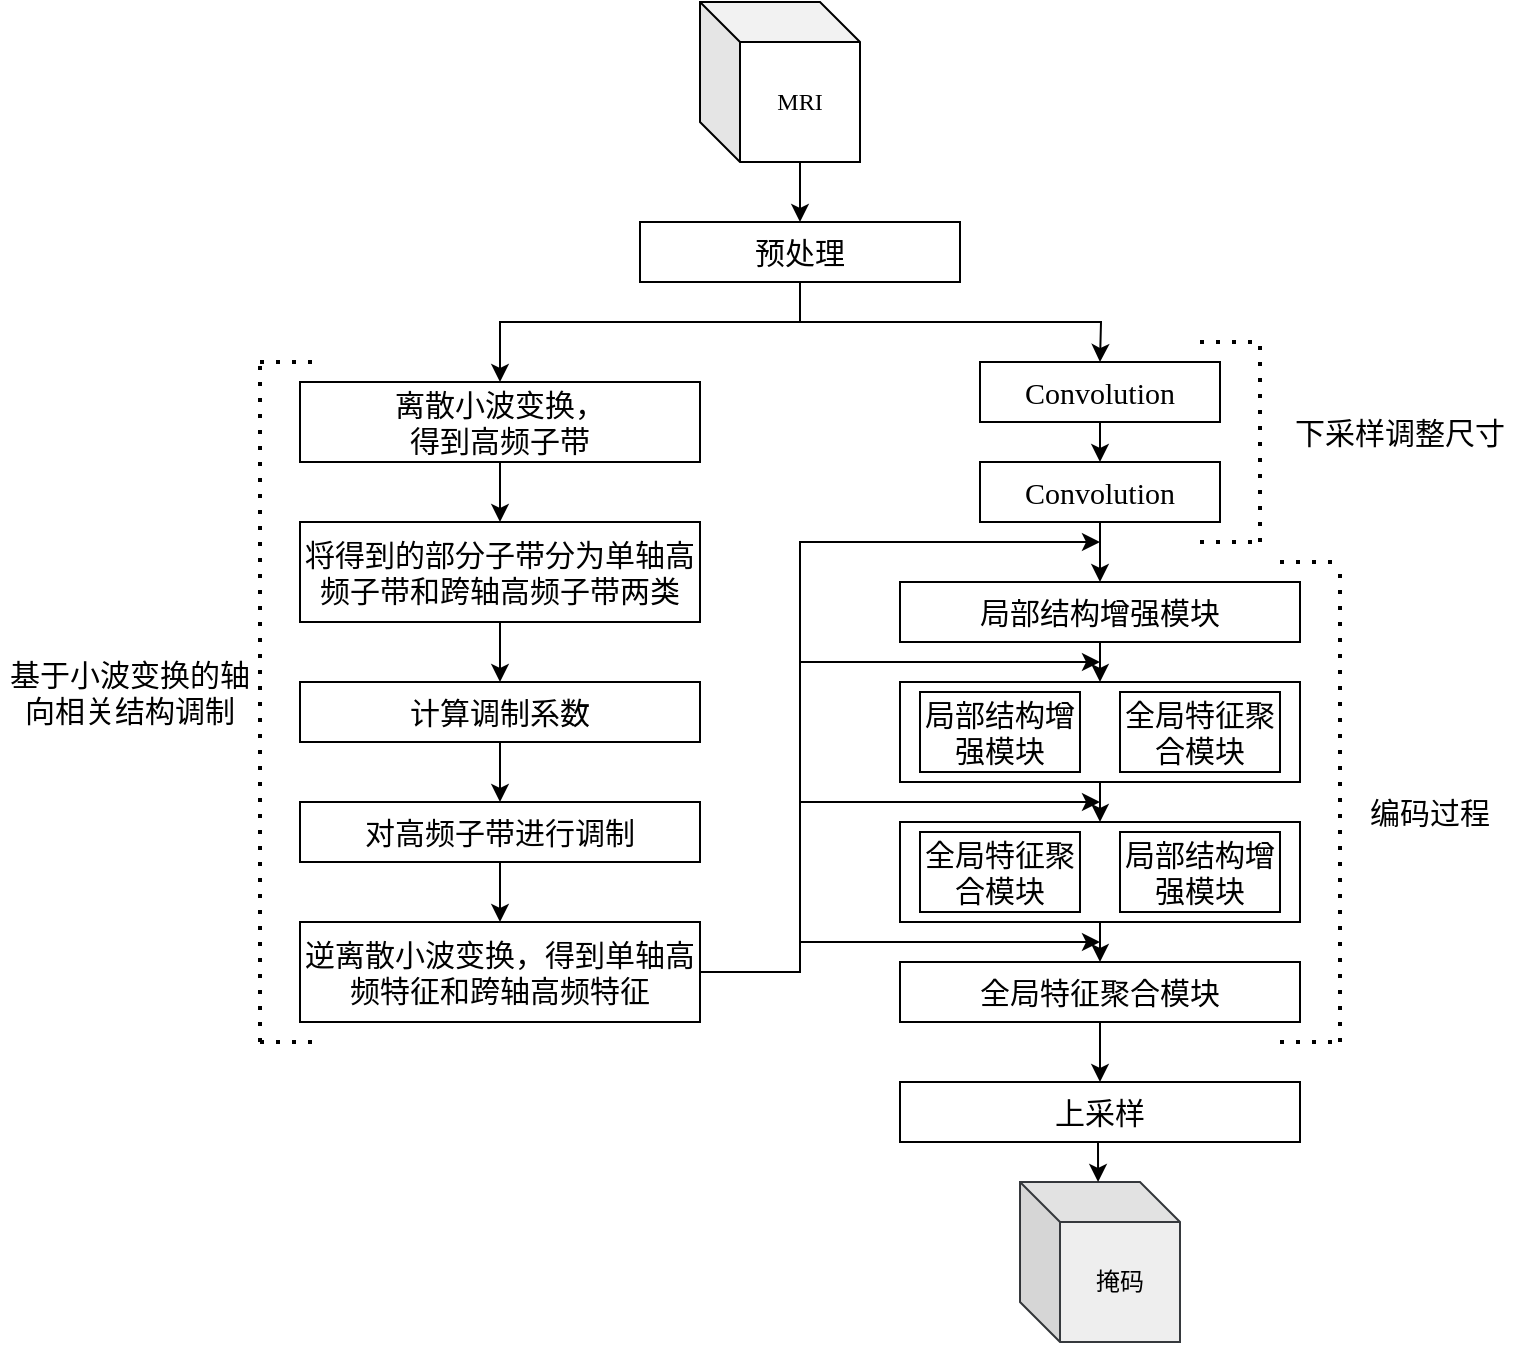
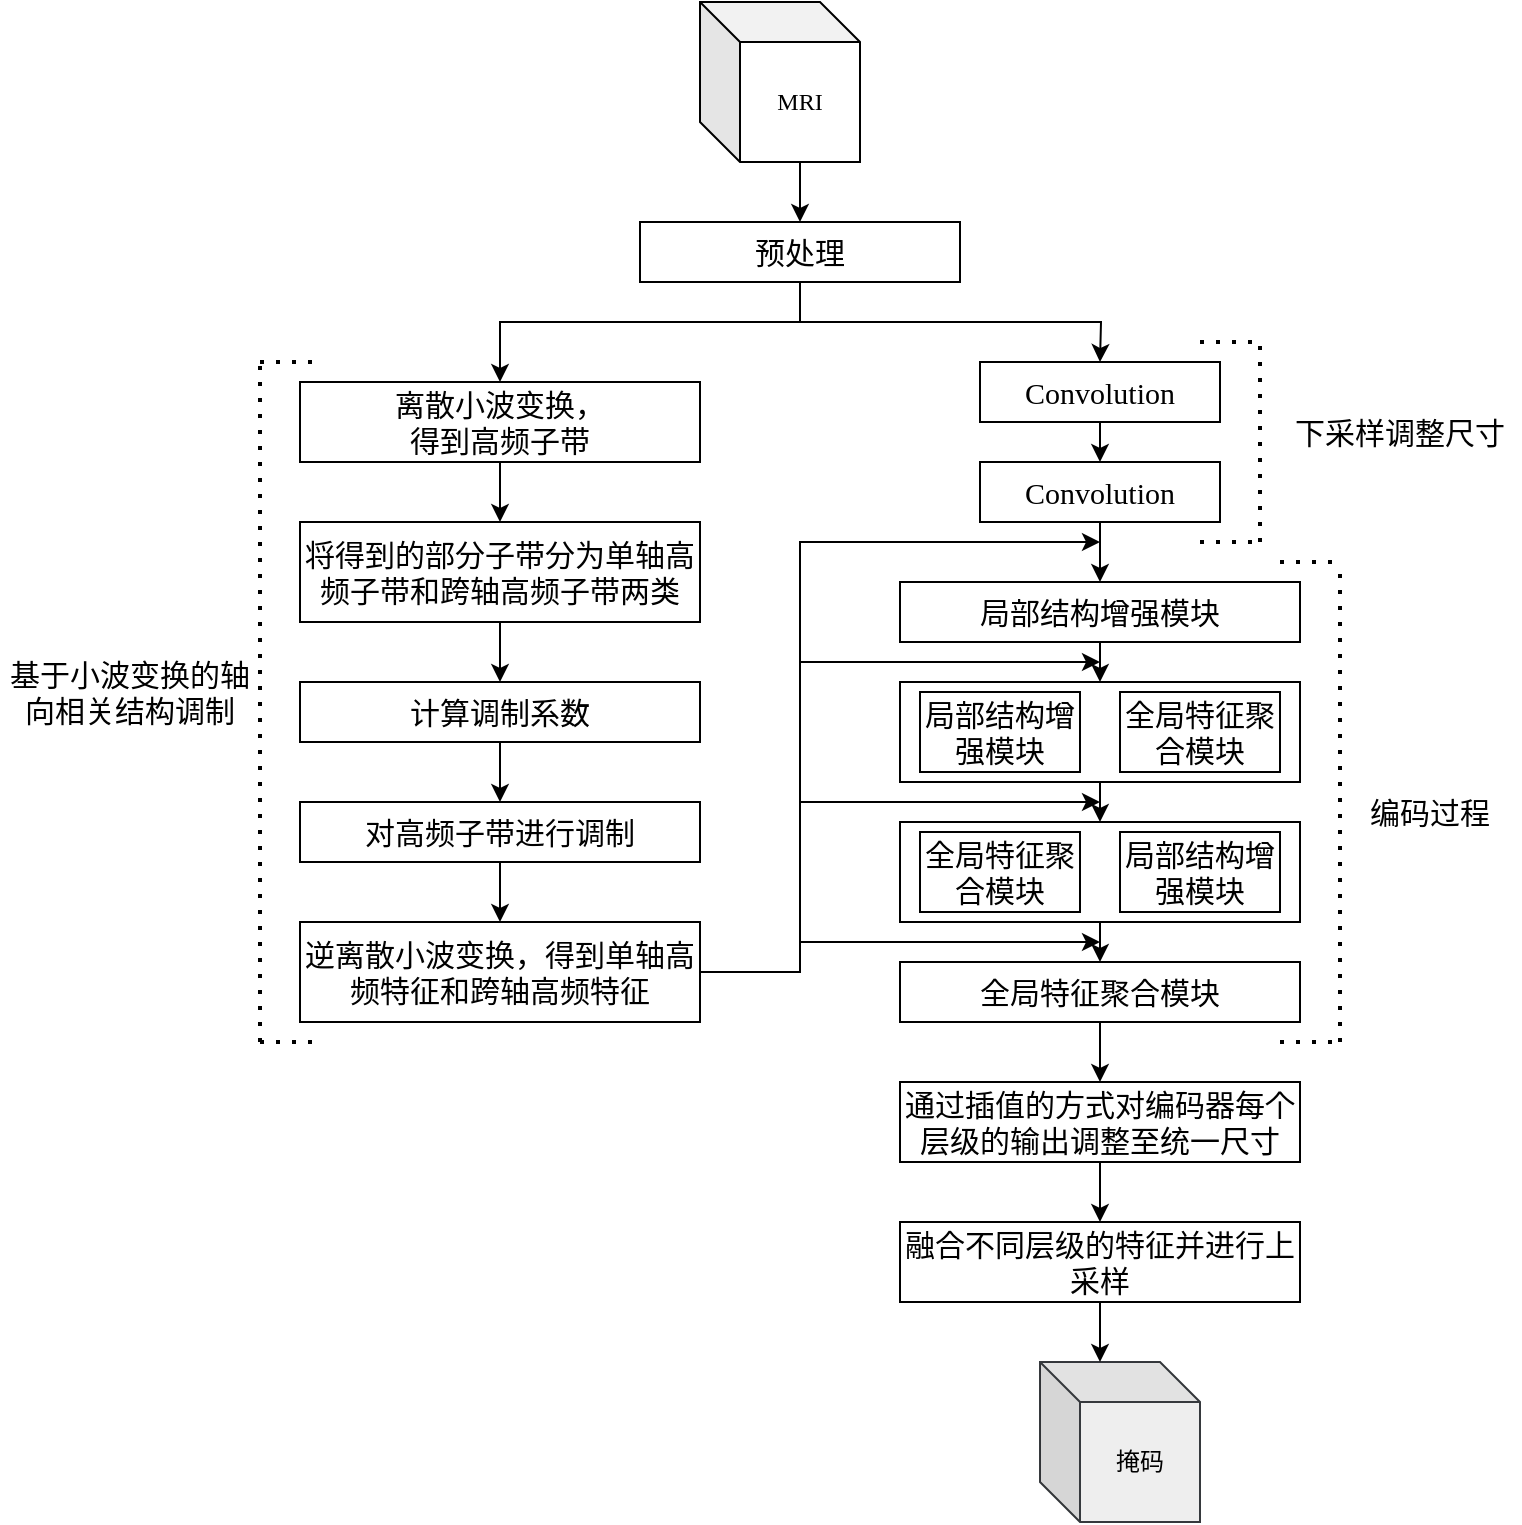
<mxfile host="app.diagrams.net">
  <diagram name="第 1 页" id="5Iq7FNl4cahkRyelhEuZ">
    <mxGraphModel dx="1406" dy="754" grid="1" gridSize="10" guides="1" tooltips="1" connect="1" arrows="1" fold="1" page="1" pageScale="1" pageWidth="827" pageHeight="1169" math="0" shadow="0">
      <root>
        <mxCell id="0" />
        <mxCell id="1" parent="0" />
        <mxCell id="zwdBU7YMSMu1EzGOEkfI-1" edge="1" parent="1" source="zwdBU7YMSMu1EzGOEkfI-3" style="edgeStyle=orthogonalEdgeStyle;rounded=0;orthogonalLoop=1;jettySize=auto;html=1;exitX=0.5;exitY=1;exitDx=0;exitDy=0;entryX=0.5;entryY=0;entryDx=0;entryDy=0;fontFamily=Times New Roman;" target="1ujZz8C-JaTFy7bkJe4T-16">
          <mxGeometry relative="1" as="geometry">
            <Array as="points">
              <mxPoint x="410" y="180" />
              <mxPoint x="260" y="180" />
            </Array>
            <mxPoint x="260" y="200" as="targetPoint" />
          </mxGeometry>
        </mxCell>
        <mxCell id="zwdBU7YMSMu1EzGOEkfI-2" edge="1" parent="1" source="zwdBU7YMSMu1EzGOEkfI-3" style="edgeStyle=orthogonalEdgeStyle;rounded=0;orthogonalLoop=1;jettySize=auto;html=1;exitX=0.5;exitY=1;exitDx=0;exitDy=0;fontFamily=Times New Roman;">
          <mxGeometry relative="1" as="geometry">
            <mxPoint x="560" y="200" as="targetPoint" />
          </mxGeometry>
        </mxCell>
        <mxCell id="zwdBU7YMSMu1EzGOEkfI-3" parent="1" style="rounded=0;whiteSpace=wrap;html=1;fontFamily=Times New Roman;" value="&lt;font style=&quot;font-size: 15px;&quot;&gt;预处理&lt;/font&gt;" vertex="1">
          <mxGeometry height="30" width="160" x="330" y="130" as="geometry" />
        </mxCell>
        <mxCell id="zwdBU7YMSMu1EzGOEkfI-4" parent="1" style="shape=cube;whiteSpace=wrap;html=1;boundedLbl=1;backgroundOutline=1;darkOpacity=0.05;darkOpacity2=0.1;fontFamily=Times New Roman;" value="MRI" vertex="1">
          <mxGeometry height="80" width="80" x="360" y="20" as="geometry" />
        </mxCell>
        <mxCell id="zwdBU7YMSMu1EzGOEkfI-5" edge="1" parent="1" source="zwdBU7YMSMu1EzGOEkfI-4" style="endArrow=classic;html=1;rounded=0;exitX=0;exitY=0;exitDx=50;exitDy=80;exitPerimeter=0;entryX=0.5;entryY=0;entryDx=0;entryDy=0;fontFamily=Times New Roman;" target="zwdBU7YMSMu1EzGOEkfI-3" value="">
          <mxGeometry height="50" relative="1" width="50" as="geometry">
            <Array as="points" />
            <mxPoint x="470" y="450" as="sourcePoint" />
            <mxPoint x="470" y="470" as="targetPoint" />
          </mxGeometry>
        </mxCell>
        <mxCell id="1ujZz8C-JaTFy7bkJe4T-23" edge="1" parent="1" source="zwdBU7YMSMu1EzGOEkfI-6" style="edgeStyle=orthogonalEdgeStyle;rounded=0;orthogonalLoop=1;jettySize=auto;html=1;exitX=0.5;exitY=1;exitDx=0;exitDy=0;entryX=0.5;entryY=0;entryDx=0;entryDy=0;" target="zwdBU7YMSMu1EzGOEkfI-13">
          <mxGeometry relative="1" as="geometry" />
        </mxCell>
        <mxCell id="zwdBU7YMSMu1EzGOEkfI-6" parent="1" style="rounded=0;whiteSpace=wrap;html=1;fontFamily=Times New Roman;" value="&lt;font style=&quot;font-size: 15px;&quot;&gt;Convolution&lt;/font&gt;" vertex="1">
          <mxGeometry height="30" width="120" x="500" y="250" as="geometry" />
        </mxCell>
        <mxCell id="zwdBU7YMSMu1EzGOEkfI-8" edge="1" parent="1" source="zwdBU7YMSMu1EzGOEkfI-7" style="edgeStyle=orthogonalEdgeStyle;rounded=0;orthogonalLoop=1;jettySize=auto;html=1;exitX=0.5;exitY=1;exitDx=0;exitDy=0;entryX=0.5;entryY=0;entryDx=0;entryDy=0;fontFamily=Times New Roman;" target="zwdBU7YMSMu1EzGOEkfI-6">
          <mxGeometry relative="1" as="geometry">
            <Array as="points">
              <mxPoint x="560" y="240" />
              <mxPoint x="560" y="240" />
            </Array>
          </mxGeometry>
        </mxCell>
        <mxCell id="zwdBU7YMSMu1EzGOEkfI-7" parent="1" style="rounded=0;whiteSpace=wrap;html=1;fontFamily=Times New Roman;" value="&lt;font style=&quot;font-size: 15px;&quot;&gt;Convolution&lt;/font&gt;" vertex="1">
          <mxGeometry height="30" width="120" x="500" y="200" as="geometry" />
        </mxCell>
        <mxCell id="zwdBU7YMSMu1EzGOEkfI-9" edge="1" parent="1" style="endArrow=none;dashed=1;html=1;dashPattern=1 3;strokeWidth=2;rounded=0;fontFamily=Times New Roman;" value="">
          <mxGeometry height="50" relative="1" width="50" as="geometry">
            <mxPoint x="610" y="190" as="sourcePoint" />
            <mxPoint x="640" y="190" as="targetPoint" />
          </mxGeometry>
        </mxCell>
        <mxCell id="zwdBU7YMSMu1EzGOEkfI-10" edge="1" parent="1" style="endArrow=none;dashed=1;html=1;dashPattern=1 3;strokeWidth=2;rounded=0;fontFamily=Times New Roman;" value="">
          <mxGeometry height="50" relative="1" width="50" as="geometry">
            <mxPoint x="640" y="290" as="sourcePoint" />
            <mxPoint x="640" y="190" as="targetPoint" />
          </mxGeometry>
        </mxCell>
        <mxCell id="zwdBU7YMSMu1EzGOEkfI-11" edge="1" parent="1" style="endArrow=none;dashed=1;html=1;dashPattern=1 3;strokeWidth=2;rounded=0;fontFamily=Times New Roman;" value="">
          <mxGeometry height="50" relative="1" width="50" as="geometry">
            <mxPoint x="610" y="290" as="sourcePoint" />
            <mxPoint x="640" y="290" as="targetPoint" />
          </mxGeometry>
        </mxCell>
        <mxCell id="1ujZz8C-JaTFy7bkJe4T-10" edge="1" parent="1" source="zwdBU7YMSMu1EzGOEkfI-13" style="edgeStyle=orthogonalEdgeStyle;rounded=0;orthogonalLoop=1;jettySize=auto;html=1;exitX=0.5;exitY=1;exitDx=0;exitDy=0;entryX=0.5;entryY=0;entryDx=0;entryDy=0;fontFamily=Times New Roman;" target="1ujZz8C-JaTFy7bkJe4T-4">
          <mxGeometry relative="1" as="geometry" />
        </mxCell>
        <mxCell id="zwdBU7YMSMu1EzGOEkfI-13" parent="1" style="rounded=0;whiteSpace=wrap;html=1;fontFamily=Times New Roman;" value="&lt;span style=&quot;font-size: 15px;&quot;&gt;局部&lt;/span&gt;&lt;font style=&quot;font-size: 15px;&quot;&gt;结构增强&lt;/font&gt;&lt;span style=&quot;font-size: 15px;&quot;&gt;模块&lt;/span&gt;" vertex="1">
          <mxGeometry height="30" width="200" x="460" y="310" as="geometry" />
        </mxCell>
        <mxCell id="1ujZz8C-JaTFy7bkJe4T-14" edge="1" parent="1" source="1ujZz8C-JaTFy7bkJe4T-3" style="edgeStyle=orthogonalEdgeStyle;rounded=0;orthogonalLoop=1;jettySize=auto;html=1;exitX=0.5;exitY=1;exitDx=0;exitDy=0;fontFamily=Times New Roman;">
          <mxGeometry relative="1" as="geometry">
            <mxPoint x="560" y="560" as="targetPoint" />
          </mxGeometry>
        </mxCell>
        <mxCell id="1ujZz8C-JaTFy7bkJe4T-3" parent="1" style="rounded=0;whiteSpace=wrap;html=1;fontFamily=Times New Roman;" value="&lt;span style=&quot;font-size: 15px;&quot;&gt;全局特征聚合模块&lt;/span&gt;" vertex="1">
          <mxGeometry height="30" width="200" x="460" y="500" as="geometry" />
        </mxCell>
        <mxCell id="1ujZz8C-JaTFy7bkJe4T-6" connectable="0" parent="1" style="group;fontFamily=Times New Roman;" value="" vertex="1">
          <mxGeometry height="50" width="200" x="460" y="360" as="geometry" />
        </mxCell>
        <mxCell id="1ujZz8C-JaTFy7bkJe4T-4" parent="1ujZz8C-JaTFy7bkJe4T-6" style="rounded=0;whiteSpace=wrap;html=1;fontFamily=Times New Roman;" value="" vertex="1">
          <mxGeometry height="50" width="200" as="geometry" />
        </mxCell>
        <mxCell id="zwdBU7YMSMu1EzGOEkfI-14" parent="1ujZz8C-JaTFy7bkJe4T-6" style="rounded=0;whiteSpace=wrap;html=1;fontFamily=Times New Roman;" value="&lt;span style=&quot;font-size: 15px;&quot;&gt;局部&lt;/span&gt;&lt;font style=&quot;font-size: 15px;&quot;&gt;结构增强&lt;/font&gt;&lt;span style=&quot;font-size: 15px;&quot;&gt;模块&lt;/span&gt;" vertex="1">
          <mxGeometry height="40" width="80" x="10" y="5" as="geometry" />
        </mxCell>
        <mxCell id="zwdBU7YMSMu1EzGOEkfI-15" parent="1ujZz8C-JaTFy7bkJe4T-6" style="rounded=0;whiteSpace=wrap;html=1;fontFamily=Times New Roman;" value="&lt;span style=&quot;font-size: 15px;&quot;&gt;全局特征聚合模块&lt;/span&gt;" vertex="1">
          <mxGeometry height="40" width="80" x="110" y="5" as="geometry" />
        </mxCell>
        <mxCell id="1ujZz8C-JaTFy7bkJe4T-7" connectable="0" parent="1" style="group;fontFamily=Times New Roman;" value="" vertex="1">
          <mxGeometry height="50" width="200" x="460" y="430" as="geometry" />
        </mxCell>
        <mxCell id="1ujZz8C-JaTFy7bkJe4T-5" parent="1ujZz8C-JaTFy7bkJe4T-7" style="rounded=0;whiteSpace=wrap;html=1;fontFamily=Times New Roman;" value="" vertex="1">
          <mxGeometry height="50" width="200" as="geometry" />
        </mxCell>
        <mxCell id="1ujZz8C-JaTFy7bkJe4T-1" parent="1ujZz8C-JaTFy7bkJe4T-7" style="rounded=0;whiteSpace=wrap;html=1;fontFamily=Times New Roman;" value="&lt;span style=&quot;font-size: 15px;&quot;&gt;全局特征聚合模块&lt;/span&gt;" vertex="1">
          <mxGeometry height="40" width="80" x="10" y="5" as="geometry" />
        </mxCell>
        <mxCell id="1ujZz8C-JaTFy7bkJe4T-2" parent="1ujZz8C-JaTFy7bkJe4T-7" style="rounded=0;whiteSpace=wrap;html=1;fontFamily=Times New Roman;" value="&lt;span style=&quot;font-size: 15px;&quot;&gt;局部&lt;/span&gt;&lt;font style=&quot;font-size: 15px;&quot;&gt;结构增强&lt;/font&gt;&lt;span style=&quot;font-size: 15px;&quot;&gt;模块&lt;/span&gt;" vertex="1">
          <mxGeometry height="40" width="80" x="110" y="5" as="geometry" />
        </mxCell>
        <mxCell id="1ujZz8C-JaTFy7bkJe4T-11" edge="1" parent="1" source="1ujZz8C-JaTFy7bkJe4T-4" style="edgeStyle=orthogonalEdgeStyle;rounded=0;orthogonalLoop=1;jettySize=auto;html=1;exitX=0.5;exitY=1;exitDx=0;exitDy=0;entryX=0.5;entryY=0;entryDx=0;entryDy=0;fontFamily=Times New Roman;" target="1ujZz8C-JaTFy7bkJe4T-5">
          <mxGeometry relative="1" as="geometry" />
        </mxCell>
        <mxCell id="1ujZz8C-JaTFy7bkJe4T-13" edge="1" parent="1" source="1ujZz8C-JaTFy7bkJe4T-5" style="edgeStyle=orthogonalEdgeStyle;rounded=0;orthogonalLoop=1;jettySize=auto;html=1;exitX=0.5;exitY=1;exitDx=0;exitDy=0;entryX=0.5;entryY=0;entryDx=0;entryDy=0;fontFamily=Times New Roman;" target="1ujZz8C-JaTFy7bkJe4T-3">
          <mxGeometry relative="1" as="geometry" />
        </mxCell>
-         <mxCell id="1ujZz8C-JaTFy7bkJe4T-15" parent="1" style="rounded=0;whiteSpace=wrap;html=1;fontFamily=Times New Roman;" value="&lt;font style=&quot;font-size: 15px;&quot;&gt;上采样&lt;/font&gt;" vertex="1">
-           <mxGeometry height="30" width="200" x="460" y="560" as="geometry" />
+         <mxCell id="1ujZz8C-JaTFy7bkJe4T-48" edge="1" parent="1" source="1ujZz8C-JaTFy7bkJe4T-15" style="edgeStyle=orthogonalEdgeStyle;rounded=0;orthogonalLoop=1;jettySize=auto;html=1;exitX=0.5;exitY=1;exitDx=0;exitDy=0;entryX=0.5;entryY=0;entryDx=0;entryDy=0;" target="1ujZz8C-JaTFy7bkJe4T-47">
+           <mxGeometry relative="1" as="geometry" />
+         </mxCell>
+         <mxCell id="1ujZz8C-JaTFy7bkJe4T-15" parent="1" style="rounded=0;whiteSpace=wrap;html=1;fontFamily=Times New Roman;" value="&lt;font style=&quot;font-size: 15px;&quot;&gt;通过插值的方式对编码器每个层级的输出调整至统一尺寸&lt;/font&gt;" vertex="1">
+           <mxGeometry height="40" width="200" x="460" y="560" as="geometry" />
        </mxCell>
        <mxCell id="1ujZz8C-JaTFy7bkJe4T-42" edge="1" parent="1" source="1ujZz8C-JaTFy7bkJe4T-16" style="edgeStyle=orthogonalEdgeStyle;rounded=0;orthogonalLoop=1;jettySize=auto;html=1;exitX=0.5;exitY=1;exitDx=0;exitDy=0;entryX=0.5;entryY=0;entryDx=0;entryDy=0;" target="1ujZz8C-JaTFy7bkJe4T-26">
          <mxGeometry relative="1" as="geometry" />
        </mxCell>
        <mxCell id="1ujZz8C-JaTFy7bkJe4T-16" parent="1" style="rounded=0;whiteSpace=wrap;html=1;fontFamily=Times New Roman;" value="&lt;span style=&quot;font-size: 15px;&quot;&gt;离散小波变换，&lt;/span&gt;&lt;div&gt;&lt;span style=&quot;font-size: 15px;&quot;&gt;得到高频子带&lt;/span&gt;&lt;/div&gt;" vertex="1">
          <mxGeometry height="40" width="200" x="160" y="210" as="geometry" />
        </mxCell>
        <mxCell id="1ujZz8C-JaTFy7bkJe4T-17" edge="1" parent="1" style="endArrow=none;dashed=1;html=1;dashPattern=1 3;strokeWidth=2;rounded=0;fontFamily=Times New Roman;" value="">
          <mxGeometry height="50" relative="1" width="50" as="geometry">
            <mxPoint x="650" y="300" as="sourcePoint" />
            <mxPoint x="680" y="300" as="targetPoint" />
          </mxGeometry>
        </mxCell>
        <mxCell id="1ujZz8C-JaTFy7bkJe4T-18" edge="1" parent="1" style="endArrow=none;dashed=1;html=1;dashPattern=1 3;strokeWidth=2;rounded=0;fontFamily=Times New Roman;" value="">
          <mxGeometry height="50" relative="1" width="50" as="geometry">
            <mxPoint x="680" y="540" as="sourcePoint" />
            <mxPoint x="680" y="300" as="targetPoint" />
          </mxGeometry>
        </mxCell>
        <mxCell id="1ujZz8C-JaTFy7bkJe4T-19" edge="1" parent="1" style="endArrow=none;dashed=1;html=1;dashPattern=1 3;strokeWidth=2;rounded=0;fontFamily=Times New Roman;" value="">
          <mxGeometry height="50" relative="1" width="50" as="geometry">
            <mxPoint x="650" y="540" as="sourcePoint" />
            <mxPoint x="680" y="540" as="targetPoint" />
          </mxGeometry>
        </mxCell>
        <mxCell id="1ujZz8C-JaTFy7bkJe4T-20" parent="1" style="text;html=1;whiteSpace=wrap;strokeColor=none;fillColor=none;align=center;verticalAlign=middle;rounded=0;" value="&lt;font style=&quot;font-size: 15px;&quot;&gt;编码过程&lt;/font&gt;" vertex="1">
          <mxGeometry height="30" width="70" x="690" y="410" as="geometry" />
        </mxCell>
        <mxCell id="1ujZz8C-JaTFy7bkJe4T-34" edge="1" parent="1" source="1ujZz8C-JaTFy7bkJe4T-21" style="edgeStyle=orthogonalEdgeStyle;rounded=0;orthogonalLoop=1;jettySize=auto;html=1;exitX=1;exitY=0.5;exitDx=0;exitDy=0;">
          <mxGeometry relative="1" as="geometry">
            <Array as="points">
              <mxPoint x="410" y="505" />
              <mxPoint x="410" y="490" />
            </Array>
            <mxPoint x="560" y="490" as="targetPoint" />
          </mxGeometry>
        </mxCell>
        <mxCell id="1ujZz8C-JaTFy7bkJe4T-35" edge="1" parent="1" source="1ujZz8C-JaTFy7bkJe4T-21" style="edgeStyle=orthogonalEdgeStyle;rounded=0;orthogonalLoop=1;jettySize=auto;html=1;exitX=1;exitY=0.5;exitDx=0;exitDy=0;">
          <mxGeometry relative="1" as="geometry">
            <Array as="points">
              <mxPoint x="410" y="505" />
              <mxPoint x="410" y="420" />
            </Array>
            <mxPoint x="560" y="420" as="targetPoint" />
          </mxGeometry>
        </mxCell>
        <mxCell id="1ujZz8C-JaTFy7bkJe4T-36" edge="1" parent="1" source="1ujZz8C-JaTFy7bkJe4T-21" style="edgeStyle=orthogonalEdgeStyle;rounded=0;orthogonalLoop=1;jettySize=auto;html=1;exitX=1;exitY=0.5;exitDx=0;exitDy=0;">
          <mxGeometry relative="1" as="geometry">
            <Array as="points">
              <mxPoint x="410" y="505" />
              <mxPoint x="410" y="350" />
            </Array>
            <mxPoint x="560" y="350" as="targetPoint" />
          </mxGeometry>
        </mxCell>
        <mxCell id="1ujZz8C-JaTFy7bkJe4T-37" edge="1" parent="1" source="1ujZz8C-JaTFy7bkJe4T-21" style="edgeStyle=orthogonalEdgeStyle;rounded=0;orthogonalLoop=1;jettySize=auto;html=1;exitX=1;exitY=0.5;exitDx=0;exitDy=0;">
          <mxGeometry relative="1" as="geometry">
            <Array as="points">
              <mxPoint x="410" y="505" />
              <mxPoint x="410" y="290" />
            </Array>
            <mxPoint x="560" y="290" as="targetPoint" />
          </mxGeometry>
        </mxCell>
        <mxCell id="1ujZz8C-JaTFy7bkJe4T-21" parent="1" style="rounded=0;whiteSpace=wrap;html=1;fontFamily=Times New Roman;" value="&lt;span style=&quot;font-size: 15px;&quot;&gt;逆离散小波变换，得到单轴高频特征和跨轴高频特征&lt;/span&gt;" vertex="1">
          <mxGeometry height="50" width="200" x="160" y="480" as="geometry" />
        </mxCell>
        <mxCell id="1ujZz8C-JaTFy7bkJe4T-24" parent="1" style="shape=cube;whiteSpace=wrap;html=1;boundedLbl=1;backgroundOutline=1;darkOpacity=0.05;darkOpacity2=0.1;fontFamily=Times New Roman;fillColor=#eeeeee;strokeColor=#36393d;" value="掩码" vertex="1">
-           <mxGeometry height="80" width="80" x="520" y="610" as="geometry" />
-         </mxCell>
-         <mxCell id="1ujZz8C-JaTFy7bkJe4T-25" edge="1" parent="1" source="1ujZz8C-JaTFy7bkJe4T-15" style="edgeStyle=orthogonalEdgeStyle;rounded=0;orthogonalLoop=1;jettySize=auto;html=1;exitX=0.5;exitY=1;exitDx=0;exitDy=0;entryX=0.488;entryY=0;entryDx=0;entryDy=0;entryPerimeter=0;" target="1ujZz8C-JaTFy7bkJe4T-24">
-           <mxGeometry relative="1" as="geometry" />
+           <mxGeometry height="80" width="80" x="530" y="700" as="geometry" />
        </mxCell>
        <mxCell id="1ujZz8C-JaTFy7bkJe4T-43" edge="1" parent="1" source="1ujZz8C-JaTFy7bkJe4T-26" style="edgeStyle=orthogonalEdgeStyle;rounded=0;orthogonalLoop=1;jettySize=auto;html=1;exitX=0.5;exitY=1;exitDx=0;exitDy=0;entryX=0.5;entryY=0;entryDx=0;entryDy=0;" target="1ujZz8C-JaTFy7bkJe4T-30">
          <mxGeometry relative="1" as="geometry" />
        </mxCell>
        <mxCell id="1ujZz8C-JaTFy7bkJe4T-26" parent="1" style="rounded=0;whiteSpace=wrap;html=1;fontFamily=Times New Roman;" value="&lt;span style=&quot;color: rgb(0, 0, 0); font-family: &amp;quot;Times New Roman&amp;quot;; font-size: 15px; font-style: normal; font-variant-ligatures: normal; font-variant-caps: normal; font-weight: 400; letter-spacing: normal; orphans: 2; text-align: center; text-indent: 0px; text-transform: none; widows: 2; word-spacing: 0px; -webkit-text-stroke-width: 0px; white-space: normal; text-decoration-thickness: initial; text-decoration-style: initial; text-decoration-color: initial; float: none; background-color: light-dark(#ffffff, var(--ge-dark-color, #121212)); display: inline !important;&quot;&gt;将得到的部分子带分为单轴高频子带和跨轴高频子带两类&lt;/span&gt;" vertex="1">
          <mxGeometry height="50" width="200" x="160" y="280" as="geometry" />
        </mxCell>
        <mxCell id="1ujZz8C-JaTFy7bkJe4T-27" edge="1" parent="1" style="endArrow=none;dashed=1;html=1;dashPattern=1 3;strokeWidth=2;rounded=0;fontFamily=Times New Roman;" value="">
          <mxGeometry height="50" relative="1" width="50" as="geometry">
            <mxPoint x="140" y="540" as="sourcePoint" />
            <mxPoint x="140" y="200" as="targetPoint" />
          </mxGeometry>
        </mxCell>
        <mxCell id="1ujZz8C-JaTFy7bkJe4T-28" edge="1" parent="1" style="endArrow=none;dashed=1;html=1;dashPattern=1 3;strokeWidth=2;rounded=0;fontFamily=Times New Roman;" value="">
          <mxGeometry height="50" relative="1" width="50" as="geometry">
            <mxPoint x="140" y="200" as="sourcePoint" />
            <mxPoint x="170" y="200" as="targetPoint" />
          </mxGeometry>
        </mxCell>
        <mxCell id="1ujZz8C-JaTFy7bkJe4T-29" edge="1" parent="1" style="endArrow=none;dashed=1;html=1;dashPattern=1 3;strokeWidth=2;rounded=0;fontFamily=Times New Roman;" value="">
          <mxGeometry height="50" relative="1" width="50" as="geometry">
            <mxPoint x="140" y="540" as="sourcePoint" />
            <mxPoint x="170" y="540" as="targetPoint" />
          </mxGeometry>
        </mxCell>
        <mxCell id="1ujZz8C-JaTFy7bkJe4T-44" edge="1" parent="1" source="1ujZz8C-JaTFy7bkJe4T-30" style="edgeStyle=orthogonalEdgeStyle;rounded=0;orthogonalLoop=1;jettySize=auto;html=1;exitX=0.5;exitY=1;exitDx=0;exitDy=0;entryX=0.5;entryY=0;entryDx=0;entryDy=0;" target="1ujZz8C-JaTFy7bkJe4T-39">
          <mxGeometry relative="1" as="geometry" />
        </mxCell>
        <mxCell id="1ujZz8C-JaTFy7bkJe4T-30" parent="1" style="rounded=0;whiteSpace=wrap;html=1;fontFamily=Times New Roman;" value="&lt;span style=&quot;font-size: 15px;&quot;&gt;计算调制系数&lt;/span&gt;" vertex="1">
          <mxGeometry height="30" width="200" x="160" y="360" as="geometry" />
        </mxCell>
        <mxCell id="1ujZz8C-JaTFy7bkJe4T-41" edge="1" parent="1" source="1ujZz8C-JaTFy7bkJe4T-39" style="edgeStyle=orthogonalEdgeStyle;rounded=0;orthogonalLoop=1;jettySize=auto;html=1;exitX=0.5;exitY=1;exitDx=0;exitDy=0;" target="1ujZz8C-JaTFy7bkJe4T-21">
          <mxGeometry relative="1" as="geometry" />
        </mxCell>
        <mxCell id="1ujZz8C-JaTFy7bkJe4T-39" parent="1" style="rounded=0;whiteSpace=wrap;html=1;fontFamily=Times New Roman;" value="&lt;font style=&quot;font-size: 15px;&quot;&gt;对高频子带进行调制&lt;/font&gt;" vertex="1">
          <mxGeometry height="30" width="200" x="160" y="420" as="geometry" />
        </mxCell>
        <mxCell id="1ujZz8C-JaTFy7bkJe4T-45" parent="1" style="text;html=1;whiteSpace=wrap;strokeColor=none;fillColor=none;align=center;verticalAlign=middle;rounded=0;" value="&lt;span style=&quot;font-size: 15px;&quot;&gt;下采样调整尺寸&lt;/span&gt;" vertex="1">
          <mxGeometry height="30" width="120" x="650" y="220" as="geometry" />
        </mxCell>
        <mxCell id="1ujZz8C-JaTFy7bkJe4T-46" parent="1" style="text;html=1;whiteSpace=wrap;strokeColor=none;fillColor=none;align=center;verticalAlign=middle;rounded=0;" value="&lt;font face=&quot;Times New Roman&quot; style=&quot;font-size: 15px;&quot;&gt;基于小波变换的轴向相关结构调制&lt;/font&gt;" vertex="1">
          <mxGeometry height="30" width="130" x="10" y="350" as="geometry" />
+         </mxCell>
+         <mxCell id="1ujZz8C-JaTFy7bkJe4T-47" parent="1" style="rounded=0;whiteSpace=wrap;html=1;fontFamily=Times New Roman;" value="&lt;font style=&quot;font-size: 15px;&quot;&gt;融合不同层级的特征并进行上采样&lt;/font&gt;" vertex="1">
+           <mxGeometry height="40" width="200" x="460" y="630" as="geometry" />
+         </mxCell>
+         <mxCell id="1ujZz8C-JaTFy7bkJe4T-49" edge="1" parent="1" source="1ujZz8C-JaTFy7bkJe4T-47" style="edgeStyle=orthogonalEdgeStyle;rounded=0;orthogonalLoop=1;jettySize=auto;html=1;exitX=0.5;exitY=1;exitDx=0;exitDy=0;entryX=0;entryY=0;entryDx=30;entryDy=0;entryPerimeter=0;" target="1ujZz8C-JaTFy7bkJe4T-24">
+           <mxGeometry relative="1" as="geometry" />
        </mxCell>
      </root>
    </mxGraphModel>
  </diagram>
</mxfile>
